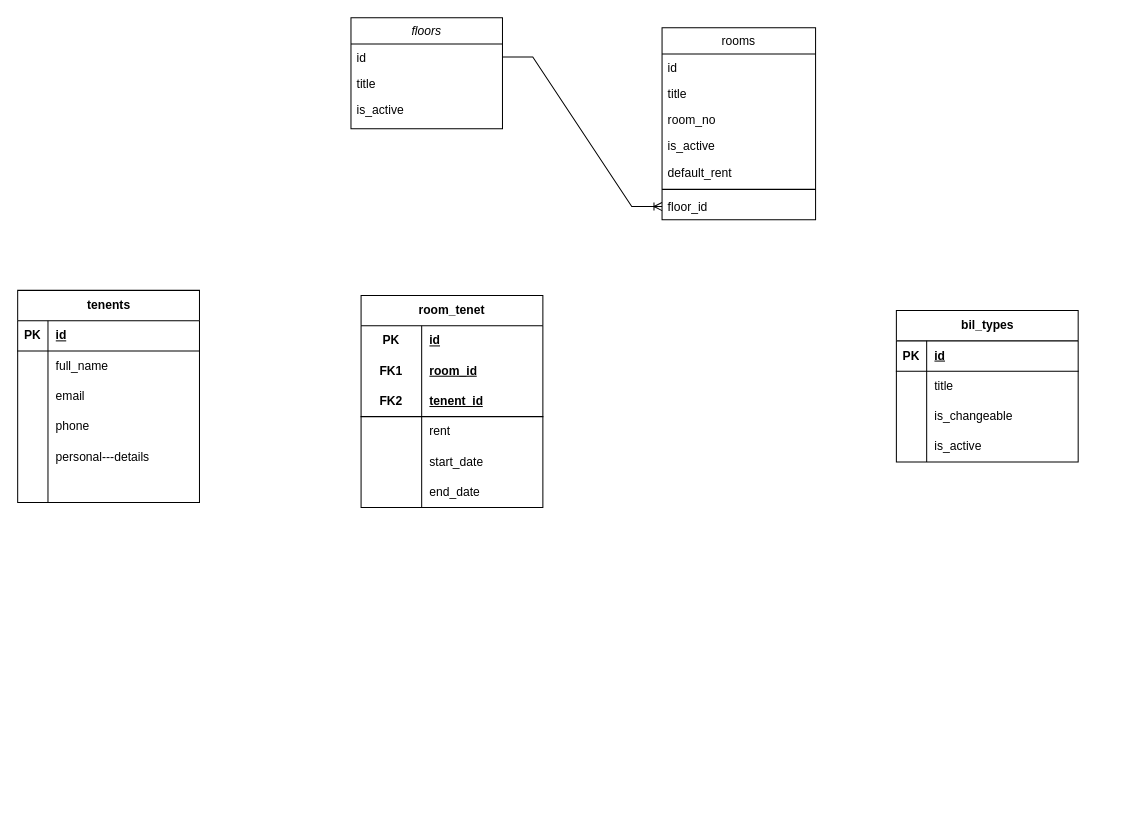
grim-firefly/storage keeps this draw.io diagram as Untitled Diagram.drawio. Above is the earlier version. Source tidied: cells renumbered, new cells numbered last; positions are measured from the earlier drawing's top-left corner, leaving out a move shared by most shapes. Both pictures are drawn from the tidied source at 101%, with x=0, y=0 at pixel (17, 17).
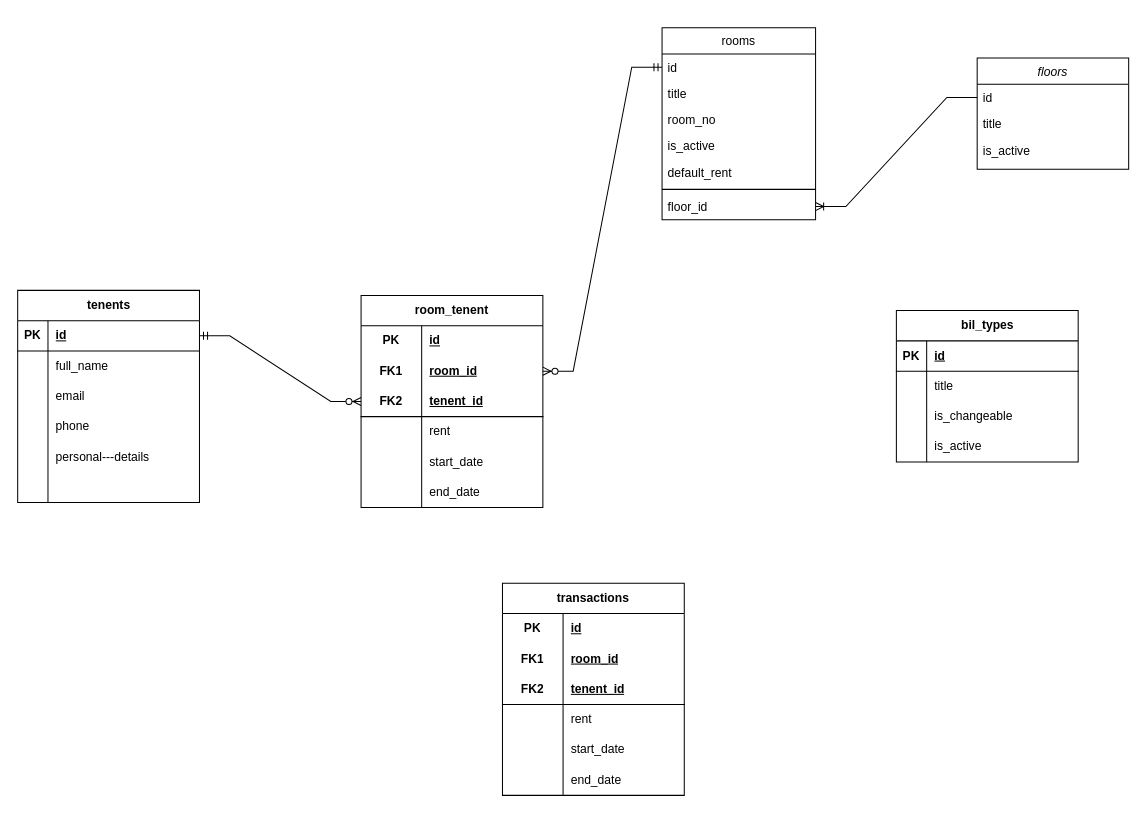
After the change.

Commit message:
Added Room Tenent

Unchanged cells that the change refers to:
```xml
<mxCell id="7" value="id" style="text;align=left;verticalAlign=top;spacingLeft=4;spacingRight=4;overflow=hidden;points=[[0,0.5],[1,0.5]];portConstraint=eastwest;" parent="6" vertex="1">
  <mxGeometry y="26" width="152" height="26" as="geometry" />
</mxCell>
<mxCell id="29" style="shape=tableRow;horizontal=0;startSize=0;swimlaneHead=0;swimlaneBody=0;fillColor=none;points=[[0,0.5],[1,0.5]];portConstraint=eastwest;top=0;left=0;right=0;bottom=1;" parent="28" vertex="1">
  <mxGeometry y="30" width="180" height="30" as="geometry" />
</mxCell>
<mxCell id="51" style="shape=tableRow;horizontal=0;startSize=0;swimlaneHead=0;swimlaneBody=0;fillColor=none;points=[[0,0.5],[1,0.5]];portConstraint=eastwest;top=0;left=0;right=0;bottom=0;html=1;" parent="47" vertex="1">
  <mxGeometry y="60" width="180" height="30" as="geometry" />
</mxCell>
<mxCell id="54" style="shape=tableRow;horizontal=0;startSize=0;swimlaneHead=0;swimlaneBody=0;fillColor=none;points=[[0,0.5],[1,0.5]];portConstraint=eastwest;top=0;left=0;right=0;bottom=1;html=1;" parent="47" vertex="1">
  <mxGeometry y="90" width="180" height="30" as="geometry" />
</mxCell>
```

The edit, as a diff of the source:
```diff
@@
     <mxCell id="2" value="floors" style="swimlane;fontStyle=2;align=center;verticalAlign=top;horizontal=1;startSize=26;rounded=0;shadow=0;strokeWidth=1;" parent="1" vertex="1">
-      <mxGeometry x="330" width="150" height="110" as="geometry" />
+      <mxGeometry x="950" y="40" width="150" height="110" as="geometry" />
     </mxCell>
@@
-    <mxCell id="47" value="room_tenet" style="shape=table;startSize=30;childLayout=tableLayout;rowLines=0;fontStyle=1;align=center;html=1;whiteSpace=wrap;" parent="1" vertex="1">
+    <mxCell id="47" value="room_tenent" style="shape=table;startSize=30;childLayout=tableLayout;rowLines=0;fontStyle=1;align=center;html=1;whiteSpace=wrap;" parent="1" vertex="1">
       <mxGeometry x="340" y="275" width="180" height="210" as="geometry" />
     </mxCell>
@@
+    <mxCell id="66" value="transactions" style="shape=table;startSize=30;childLayout=tableLayout;rowLines=0;fontStyle=1;align=center;html=1;whiteSpace=wrap;" parent="1" vertex="1">
+      <mxGeometry x="480" y="560" width="180" height="210" as="geometry" />
+    </mxCell>
+    <mxCell id="67" style="shape=tableRow;horizontal=0;startSize=0;swimlaneHead=0;swimlaneBody=0;fillColor=none;top=0;left=0;right=0;bottom=0;html=1;" parent="66" vertex="1">
+      <mxGeometry y="30" width="180" height="30" as="geometry" />
+    </mxCell>
+    <mxCell id="68" value="PK" style="shape=partialRectangle;fillColor=none;top=0;left=0;bottom=0;right=0;fontStyle=1;overflow=hidden;html=1;whiteSpace=wrap;" parent="67" vertex="1">
+      <mxGeometry width="60" height="30" as="geometry" />
+    </mxCell>
+    <mxCell id="69" value="id" style="shape=partialRectangle;fillColor=none;top=0;left=0;bottom=0;right=0;align=left;spacingLeft=6;fontStyle=5;overflow=hidden;html=1;whiteSpace=wrap;" parent="67" vertex="1">
+      <mxGeometry x="60" width="120" height="30" as="geometry" />
+    </mxCell>
+    <mxCell id="70" style="shape=tableRow;horizontal=0;startSize=0;swimlaneHead=0;swimlaneBody=0;fillColor=none;top=0;left=0;right=0;bottom=0;html=1;" parent="66" vertex="1">
+      <mxGeometry y="60" width="180" height="30" as="geometry" />
+    </mxCell>
+    <mxCell id="71" value="FK1" style="shape=partialRectangle;fillColor=none;top=0;left=0;bottom=0;right=0;fontStyle=1;overflow=hidden;html=1;whiteSpace=wrap;" parent="70" vertex="1">
+      <mxGeometry width="60" height="30" as="geometry" />
+    </mxCell>
+    <mxCell id="72" value="room_id" style="shape=partialRectangle;fillColor=none;top=0;left=0;bottom=0;right=0;align=left;spacingLeft=6;fontStyle=5;overflow=hidden;html=1;whiteSpace=wrap;" parent="70" vertex="1">
+      <mxGeometry x="60" width="120" height="30" as="geometry" />
+    </mxCell>
+    <mxCell id="73" style="shape=tableRow;horizontal=0;startSize=0;swimlaneHead=0;swimlaneBody=0;fillColor=none;top=0;left=0;right=0;bottom=1;html=1;" parent="66" vertex="1">
+      <mxGeometry y="90" width="180" height="30" as="geometry" />
+    </mxCell>
+    <mxCell id="74" value="FK2" style="shape=partialRectangle;fillColor=none;top=0;left=0;bottom=0;right=0;fontStyle=1;overflow=hidden;html=1;whiteSpace=wrap;" parent="73" vertex="1">
+      <mxGeometry width="60" height="30" as="geometry" />
+    </mxCell>
+    <mxCell id="75" value="tenent_id" style="shape=partialRectangle;fillColor=none;top=0;left=0;bottom=0;right=0;align=left;spacingLeft=6;fontStyle=5;overflow=hidden;html=1;whiteSpace=wrap;" parent="73" vertex="1">
+      <mxGeometry x="60" width="120" height="30" as="geometry" />
+    </mxCell>
+    <mxCell id="76" style="shape=tableRow;horizontal=0;startSize=0;swimlaneHead=0;swimlaneBody=0;fillColor=none;top=0;left=0;right=0;bottom=0;html=1;" parent="66" vertex="1">
+      <mxGeometry y="120" width="180" height="30" as="geometry" />
+    </mxCell>
+    <mxCell id="77" style="shape=partialRectangle;fillColor=none;top=0;left=0;bottom=0;right=0;overflow=hidden;html=1;whiteSpace=wrap;" parent="76" vertex="1">
+      <mxGeometry width="60" height="30" as="geometry" />
+    </mxCell>
+    <mxCell id="78" value="rent" style="shape=partialRectangle;fillColor=none;top=0;left=0;bottom=0;right=0;align=left;spacingLeft=6;overflow=hidden;html=1;whiteSpace=wrap;" parent="76" vertex="1">
+      <mxGeometry x="60" width="120" height="30" as="geometry" />
+    </mxCell>
+    <mxCell id="79" style="shape=tableRow;horizontal=0;startSize=0;swimlaneHead=0;swimlaneBody=0;fillColor=none;top=0;left=0;right=0;bottom=0;html=1;" parent="66" vertex="1">
+      <mxGeometry y="150" width="180" height="30" as="geometry" />
+    </mxCell>
+    <mxCell id="80" style="shape=partialRectangle;fillColor=none;top=0;left=0;bottom=0;right=0;overflow=hidden;html=1;whiteSpace=wrap;" parent="79" vertex="1">
+      <mxGeometry width="60" height="30" as="geometry" />
+    </mxCell>
+    <mxCell id="81" value="start_date" style="shape=partialRectangle;fillColor=none;top=0;left=0;bottom=0;right=0;align=left;spacingLeft=6;overflow=hidden;html=1;whiteSpace=wrap;" parent="79" vertex="1">
+      <mxGeometry x="60" width="120" height="30" as="geometry" />
+    </mxCell>
+    <mxCell id="82" style="shape=tableRow;horizontal=0;startSize=0;swimlaneHead=0;swimlaneBody=0;fillColor=none;top=0;left=0;right=0;bottom=0;html=1;" parent="66" vertex="1">
+      <mxGeometry y="180" width="180" height="30" as="geometry" />
+    </mxCell>
+    <mxCell id="83" style="shape=partialRectangle;fillColor=none;top=0;left=0;bottom=0;right=0;overflow=hidden;html=1;whiteSpace=wrap;" parent="82" vertex="1">
+      <mxGeometry width="60" height="30" as="geometry" />
+    </mxCell>
+    <mxCell id="84" value="end_date" style="shape=partialRectangle;fillColor=none;top=0;left=0;bottom=0;right=0;align=left;spacingLeft=6;overflow=hidden;html=1;whiteSpace=wrap;" parent="82" vertex="1">
+      <mxGeometry x="60" width="120" height="30" as="geometry" />
+    </mxCell>
+    <mxCell id="85" style="edgeStyle=entityRelationEdgeStyle;fontSize=12;html=1;endArrow=ERzeroToMany;startArrow=ERmandOne;rounded=0;" parent="1" edge="1" source="29" target="54">
+      <mxGeometry relative="1" as="geometry" />
+    </mxCell>
+    <mxCell id="86" style="edgeStyle=entityRelationEdgeStyle;fontSize=12;html=1;endArrow=ERzeroToMany;startArrow=ERmandOne;rounded=0;" parent="1" edge="1" source="7" target="51">
+      <mxGeometry relative="1" as="geometry" />
+    </mxCell>
```
